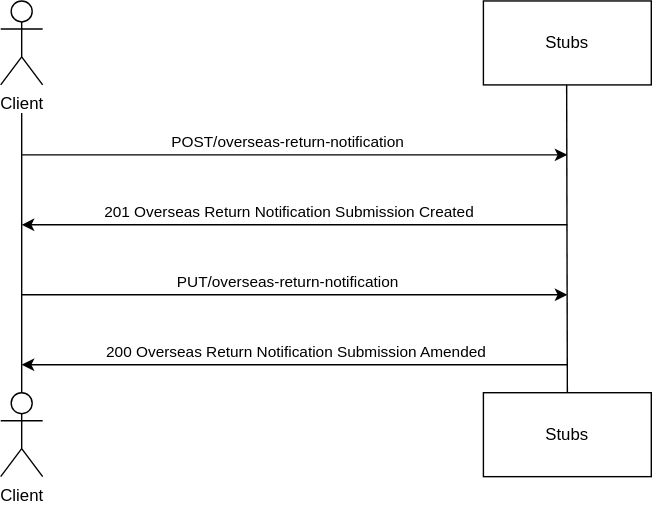
Before: source/documentation/figures/amendorn-test-sequence.svg, a diagram exported from draw.io (hmrc/pillar2-service-guide). Source tidied: cells renumbered, new cells last; positions are measured from the earlier drawing's top-left corner, leaving out a move shared by most shapes.
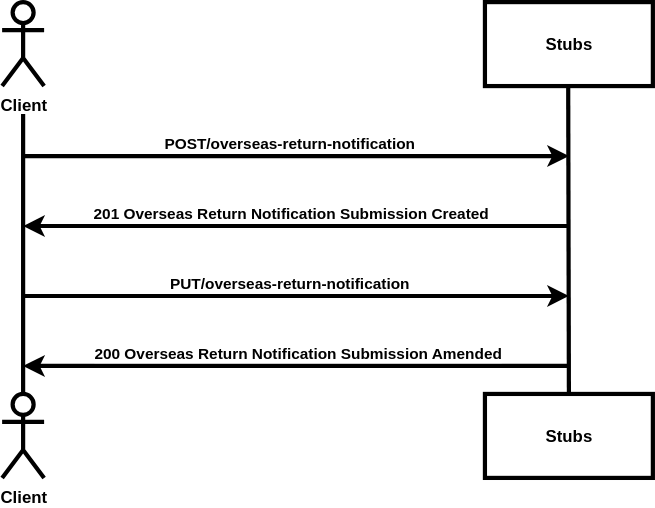
After the commit.

What changed in the source:
```diff
@@ -2,69 +2,69 @@
   <root>
     <mxCell id="0" />
     <mxCell id="1" parent="0" />
-    <mxCell id="2" value="Client" style="shape=umlActor;verticalLabelPosition=bottom;verticalAlign=top;html=1;" parent="1" vertex="1">
+    <mxCell id="2" value="Client" style="shape=umlActor;verticalLabelPosition=bottom;verticalAlign=top;html=1;strokeWidth=3;fontStyle=1;" parent="1" vertex="1">
       <mxGeometry width="30" height="60" as="geometry" />
     </mxCell>
-    <mxCell id="3" value="Client" style="shape=umlActor;verticalLabelPosition=bottom;verticalAlign=top;html=1;" parent="1" vertex="1">
+    <mxCell id="3" value="Client" style="shape=umlActor;verticalLabelPosition=bottom;verticalAlign=top;html=1;strokeWidth=3;fontStyle=1;" parent="1" vertex="1">
       <mxGeometry y="280" width="30" height="60" as="geometry" />
     </mxCell>
-    <mxCell id="4" style="endArrow=none;html=1;rounded=0;" parent="1" edge="1">
+    <mxCell id="4" style="endArrow=none;html=1;rounded=0;strokeWidth=3;" parent="1" edge="1">
       <mxGeometry relative="1" as="geometry">
         <mxPoint x="15" y="280" as="sourcePoint" />
         <mxPoint x="15" y="80" as="targetPoint" />
       </mxGeometry>
     </mxCell>
-    <mxCell id="5" value="Stubs" style="rounded=0;whiteSpace=wrap;html=1;" parent="1" vertex="1">
+    <mxCell id="5" value="Stubs" style="rounded=0;whiteSpace=wrap;html=1;fontStyle=1;strokeWidth=3;" parent="1" vertex="1">
       <mxGeometry x="345" width="120" height="60" as="geometry" />
     </mxCell>
-    <mxCell id="6" value="Stubs" style="rounded=0;whiteSpace=wrap;html=1;" parent="1" vertex="1">
+    <mxCell id="6" value="Stubs" style="rounded=0;whiteSpace=wrap;html=1;strokeWidth=3;fontStyle=1;" parent="1" vertex="1">
       <mxGeometry x="345" y="280" width="120" height="60" as="geometry" />
     </mxCell>
-    <mxCell id="7" style="endArrow=none;html=1;rounded=0;exitX=0.5;exitY=0;exitDx=0;exitDy=0;" parent="1" edge="1" source="6">
+    <mxCell id="7" style="endArrow=none;html=1;rounded=0;exitX=0.5;exitY=0;exitDx=0;exitDy=0;strokeWidth=3;" parent="1" edge="1" source="6">
       <mxGeometry relative="1" as="geometry">
         <mxPoint x="404.5" y="60" as="targetPoint" />
       </mxGeometry>
     </mxCell>
-    <mxCell id="8" style="endArrow=classic;html=1;rounded=0;" parent="1" edge="1">
+    <mxCell id="8" style="endArrow=classic;html=1;rounded=0;strokeWidth=3;" parent="1" edge="1">
       <mxGeometry relative="1" as="geometry">
         <mxPoint x="15" y="110" as="sourcePoint" />
         <mxPoint x="405" y="110" as="targetPoint" />
       </mxGeometry>
     </mxCell>
-    <mxCell id="9" value="POST/overseas-return-notification" style="edgeLabel;html=1;align=center;verticalAlign=middle;" parent="8" vertex="1">
+    <mxCell id="9" value="POST/overseas-return-notification" style="edgeLabel;html=1;align=center;verticalAlign=middle;fontStyle=1;" parent="8" vertex="1">
       <mxGeometry x="-0.19" relative="1" as="geometry">
         <mxPoint x="31" y="-10" as="offset" />
       </mxGeometry>
     </mxCell>
-    <mxCell id="10" style="endArrow=classic;html=1;rounded=0;" parent="1" edge="1">
+    <mxCell id="10" style="endArrow=classic;html=1;rounded=0;strokeWidth=3;" parent="1" edge="1">
       <mxGeometry relative="1" as="geometry">
         <mxPoint x="405" y="160" as="sourcePoint" />
         <mxPoint x="15" y="160" as="targetPoint" />
       </mxGeometry>
     </mxCell>
-    <mxCell id="11" value="201 Overseas Return Notification Submission Created" style="edgeLabel;html=1;align=center;verticalAlign=middle;" parent="10" vertex="1">
+    <mxCell id="11" value="201 Overseas Return Notification Submission Created" style="edgeLabel;html=1;align=center;verticalAlign=middle;fontStyle=1;" parent="10" vertex="1">
       <mxGeometry x="0.13" relative="1" as="geometry">
         <mxPoint x="20" y="-10" as="offset" />
       </mxGeometry>
     </mxCell>
-    <mxCell id="12" style="endArrow=classic;html=1;rounded=0;" parent="1" edge="1">
+    <mxCell id="12" style="endArrow=classic;html=1;rounded=0;strokeWidth=3;" parent="1" edge="1">
       <mxGeometry relative="1" as="geometry">
         <mxPoint x="15" y="210" as="sourcePoint" />
         <mxPoint x="405" y="210" as="targetPoint" />
       </mxGeometry>
     </mxCell>
-    <mxCell id="13" value="PUT/overseas-return-notification" style="edgeLabel;html=1;align=center;verticalAlign=middle;" parent="12" vertex="1">
+    <mxCell id="13" value="PUT/overseas-return-notification" style="edgeLabel;html=1;align=center;verticalAlign=middle;fontStyle=1;" parent="12" vertex="1">
       <mxGeometry x="-0.15" y="-2" relative="1" as="geometry">
         <mxPoint x="23" y="-12" as="offset" />
       </mxGeometry>
     </mxCell>
-    <mxCell id="14" style="endArrow=classic;html=1;rounded=0;" parent="1" edge="1">
+    <mxCell id="14" style="endArrow=classic;html=1;rounded=0;strokeWidth=3;" parent="1" edge="1">
       <mxGeometry relative="1" as="geometry">
         <mxPoint x="405" y="260" as="sourcePoint" />
         <mxPoint x="15" y="260" as="targetPoint" />
       </mxGeometry>
     </mxCell>
-    <mxCell id="15" value="200 Overseas Return Notification Submission Amended" style="edgeLabel;html=1;align=center;verticalAlign=middle;" parent="14" vertex="1">
+    <mxCell id="15" value="200 Overseas Return Notification Submission Amended" style="edgeLabel;html=1;align=center;verticalAlign=middle;fontStyle=1;" parent="14" vertex="1">
       <mxGeometry y="2" relative="1" as="geometry">
         <mxPoint y="-12" as="offset" />
       </mxGeometry>
```
